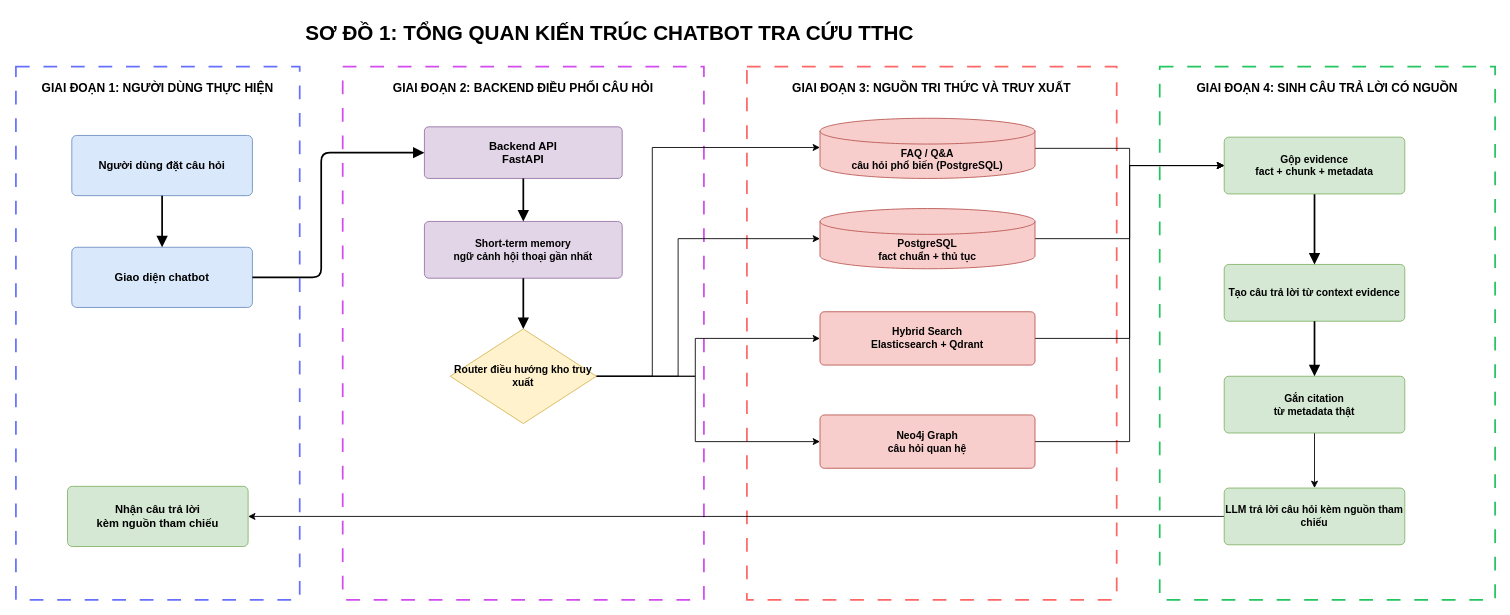
Earlier version of the draw.io diagram page "1. Tổng quan" (1 of 4) of docs/diagrams/tthc_core_architecture.drawio (huybx05/Chatbot-TTHC-GiaLai). Source tidied: cells renumbered, new cells numbered last; positions are measured from the earlier drawing's top-left corner, leaving out a move shared by most shapes. Both pictures are drawn from the tidied source at 86%, with x=0, y=0 at pixel (15, 15).
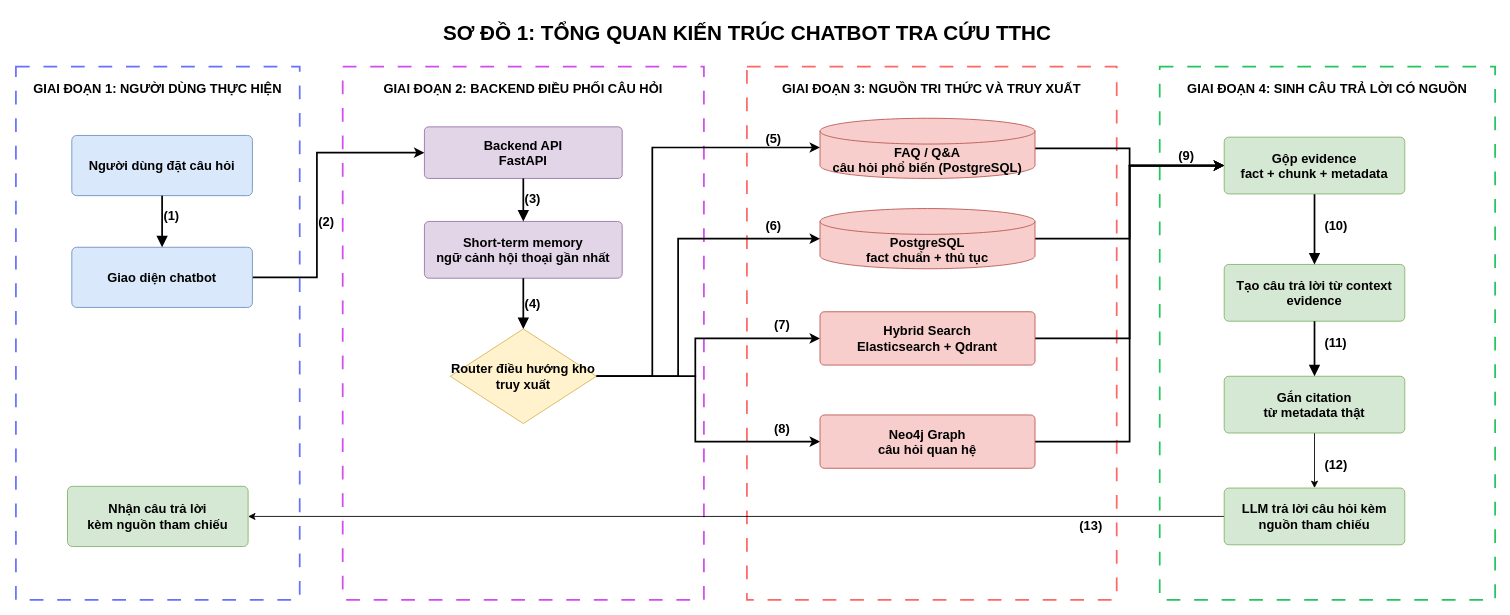
The same page after the edit.

The edit, as a diff of the source:
```diff
@@
     <mxCell id="2" value="SƠ ĐỒ 1: TỔNG QUAN KIẾN TRÚC CHATBOT TRA CỨU TTHC" style="text;html=1;strokeColor=none;fillColor=none;align=center;fontSize=24;fontStyle=1;" parent="1" vertex="1">
-      <mxGeometry x="330" width="720" height="36" as="geometry" />
+      <mxGeometry x="490" width="720" height="36" as="geometry" />
     </mxCell>
-    <mxCell id="3" value="GIAI ĐOẠN 1: NGƯỜI DÙNG THỰC HIỆN" style="rounded=0;whiteSpace=wrap;html=1;fillColor=none;strokeColor=#6670FF;dashed=1;dashPattern=8 8;strokeWidth=2;fontSize=14;fontStyle=1;verticalAlign=top;spacingTop=10;" parent="1" vertex="1">
+    <mxCell id="3" value="GIAI ĐOẠN 1: NGƯỜI DÙNG THỰC HIỆN" style="rounded=0;whiteSpace=wrap;html=1;fillColor=none;strokeColor=#6670FF;dashed=1;dashPattern=8 8;strokeWidth=2;fontSize=15;fontStyle=1;verticalAlign=top;spacingTop=10;" parent="1" vertex="1">
       <mxGeometry y="60" width="330" height="620" as="geometry" />
     </mxCell>
-    <mxCell id="4" value="GIAI ĐOẠN 2: BACKEND ĐIỀU PHỐI CÂU HỎI" style="rounded=0;whiteSpace=wrap;html=1;fillColor=none;strokeColor=#D24BEF;dashed=1;dashPattern=8 8;strokeWidth=2;fontSize=14;fontStyle=1;verticalAlign=top;spacingTop=10;" parent="1" vertex="1">
+    <mxCell id="4" value="GIAI ĐOẠN 2: BACKEND ĐIỀU PHỐI CÂU HỎI" style="rounded=0;whiteSpace=wrap;html=1;fillColor=none;strokeColor=#D24BEF;dashed=1;dashPattern=8 8;strokeWidth=2;fontSize=15;fontStyle=1;verticalAlign=top;spacingTop=10;" parent="1" vertex="1">
       <mxGeometry x="380" y="60" width="420" height="620" as="geometry" />
     </mxCell>
-    <mxCell id="5" value="GIAI ĐOẠN 3: NGUỒN TRI THỨC VÀ TRUY XUẤT" style="rounded=0;whiteSpace=wrap;html=1;fillColor=none;strokeColor=#FF6666;dashed=1;dashPattern=8 8;strokeWidth=2;fontSize=14;fontStyle=1;verticalAlign=top;spacingTop=10;" parent="1" vertex="1">
+    <mxCell id="5" value="GIAI ĐOẠN 3: NGUỒN TRI THỨC VÀ TRUY XUẤT" style="rounded=0;whiteSpace=wrap;html=1;fillColor=none;strokeColor=#FF6666;dashed=1;dashPattern=8 8;strokeWidth=2;fontSize=15;fontStyle=1;verticalAlign=top;spacingTop=10;" parent="1" vertex="1">
       <mxGeometry x="850" y="60" width="430" height="620" as="geometry" />
     </mxCell>
-    <mxCell id="6" value="GIAI ĐOẠN 4: SINH CÂU TRẢ LỜI CÓ NGUỒN" style="rounded=0;whiteSpace=wrap;html=1;fillColor=none;strokeColor=#22C55E;dashed=1;dashPattern=8 8;strokeWidth=2;fontSize=14;fontStyle=1;verticalAlign=top;spacingTop=10;" parent="1" vertex="1">
+    <mxCell id="6" value="GIAI ĐOẠN 4: SINH CÂU TRẢ LỜI CÓ NGUỒN" style="rounded=0;whiteSpace=wrap;html=1;fillColor=none;strokeColor=#22C55E;dashed=1;dashPattern=8 8;strokeWidth=2;fontSize=15;fontStyle=1;verticalAlign=top;spacingTop=10;" parent="1" vertex="1">
       <mxGeometry x="1330" y="60" width="390" height="620" as="geometry" />
     </mxCell>
-    <mxCell id="7" value="Người dùng đặt câu hỏi" style="rounded=1;whiteSpace=wrap;html=1;arcSize=8;fillColor=#DAE8FC;strokeColor=#6C8EBF;fontSize=13;fontStyle=1;" parent="1" vertex="1">
+    <mxCell id="7" value="Người dùng đặt câu hỏi" style="rounded=1;whiteSpace=wrap;html=1;arcSize=8;fillColor=#DAE8FC;strokeColor=#6C8EBF;fontSize=15;fontStyle=1;" parent="1" vertex="1">
       <mxGeometry x="65" y="140" width="210" height="70" as="geometry" />
     </mxCell>
+    <mxCell id="26" style="edgeStyle=orthogonalEdgeStyle;rounded=0;jettySize=auto;html=1;exitX=1;exitY=0.5;exitDx=0;exitDy=0;entryX=0;entryY=0.5;entryDx=0;entryDy=0;strokeWidth=2;fontSize=15;" parent="1" edge="1" source="8" target="10">
+      <mxGeometry relative="1" as="geometry">
+        <Array as="points">
+          <mxPoint x="350" y="305" />
+          <mxPoint x="350" y="160" />
+        </Array>
+      </mxGeometry>
+    </mxCell>
-    <mxCell id="8" value="Giao diện chatbot" style="rounded=1;whiteSpace=wrap;html=1;arcSize=8;fillColor=#DAE8FC;strokeColor=#6C8EBF;fontSize=13;fontStyle=1;" parent="1" vertex="1">
+    <mxCell id="8" value="Giao diện chatbot" style="rounded=1;whiteSpace=wrap;html=1;arcSize=8;fillColor=#DAE8FC;strokeColor=#6C8EBF;fontSize=15;fontStyle=1;" parent="1" vertex="1">
       <mxGeometry x="65" y="270" width="210" height="70" as="geometry" />
     </mxCell>
-    <mxCell id="9" value="Nhận câu trả lời&lt;br&gt;kèm nguồn tham chiếu" style="rounded=1;whiteSpace=wrap;html=1;arcSize=8;fillColor=#D5E8D4;strokeColor=#82B366;fontSize=13;fontStyle=1;" parent="1" vertex="1">
+    <mxCell id="9" value="Nhận câu trả lời&lt;br&gt;kèm nguồn tham chiếu" style="rounded=1;whiteSpace=wrap;html=1;arcSize=8;fillColor=#D5E8D4;strokeColor=#82B366;fontSize=15;fontStyle=1;" parent="1" vertex="1">
       <mxGeometry x="60" y="548" width="210" height="70" as="geometry" />
     </mxCell>
-    <mxCell id="10" value="Backend API&lt;br&gt;FastAPI" style="rounded=1;whiteSpace=wrap;html=1;arcSize=8;fillColor=#E1D5E7;strokeColor=#9673A6;fontSize=13;fontStyle=1;" parent="1" vertex="1">
+    <mxCell id="10" value="Backend API&lt;br&gt;FastAPI" style="rounded=1;whiteSpace=wrap;html=1;arcSize=8;fillColor=#E1D5E7;strokeColor=#9673A6;fontSize=15;fontStyle=1;" parent="1" vertex="1">
       <mxGeometry x="475" y="130" width="230" height="60" as="geometry" />
     </mxCell>
-    <mxCell id="11" value="Short-term memory&lt;br&gt;ngữ cảnh hội thoại gần nhất" style="rounded=1;whiteSpace=wrap;html=1;arcSize=8;fillColor=#E1D5E7;strokeColor=#9673A6;fontSize=12;fontStyle=1;" parent="1" vertex="1">
+    <mxCell id="11" value="Short-term memory&lt;br&gt;ngữ cảnh hội thoại gần nhất" style="rounded=1;whiteSpace=wrap;html=1;arcSize=8;fillColor=#E1D5E7;strokeColor=#9673A6;fontSize=15;fontStyle=1;" parent="1" vertex="1">
       <mxGeometry x="475" y="240" width="230" height="66" as="geometry" />
     </mxCell>
-    <mxCell id="12" style="edgeStyle=orthogonalEdgeStyle;rounded=0;jettySize=auto;html=1;exitX=1;exitY=0.5;exitDx=0;exitDy=0;entryX=0;entryY=0.5;entryDx=0;entryDy=0;" parent="1" edge="1" source="15">
+    <mxCell id="12" style="edgeStyle=orthogonalEdgeStyle;rounded=0;jettySize=auto;html=1;exitX=1;exitY=0.5;exitDx=0;exitDy=0;entryX=0;entryY=0.5;entryDx=0;entryDy=0;strokeWidth=2;fontSize=15;" parent="1" edge="1" source="15">
       <mxGeometry relative="1" as="geometry">
         <mxPoint x="935" y="154" as="targetPoint" />
         <Array as="points">
           <mxPoint x="740" y="420" />
           <mxPoint x="740" y="154" />
         </Array>
       </mxGeometry>
     </mxCell>
-    <mxCell id="13" style="edgeStyle=orthogonalEdgeStyle;rounded=0;jettySize=auto;html=1;exitX=1;exitY=0.5;exitDx=0;exitDy=0;entryX=0;entryY=0.5;entryDx=0;entryDy=0;" parent="1" edge="1" source="15" target="19">
+    <mxCell id="13" style="edgeStyle=orthogonalEdgeStyle;rounded=0;jettySize=auto;html=1;exitX=1;exitY=0.5;exitDx=0;exitDy=0;entryX=0;entryY=0.5;entryDx=0;entryDy=0;strokeWidth=2;fontSize=15;" parent="1" edge="1" source="15" target="19">
       <mxGeometry relative="1" as="geometry">
         <Array as="points">
           <mxPoint x="790" y="420" />
           <mxPoint x="790" y="376" />
         </Array>
       </mxGeometry>
     </mxCell>
-    <mxCell id="14" style="edgeStyle=orthogonalEdgeStyle;rounded=0;jettySize=auto;html=1;exitX=1;exitY=0.5;exitDx=0;exitDy=0;entryX=0;entryY=0.5;entryDx=0;entryDy=0;" parent="1" edge="1" source="15" target="21">
+    <mxCell id="14" style="edgeStyle=orthogonalEdgeStyle;rounded=0;jettySize=auto;html=1;exitX=1;exitY=0.5;exitDx=0;exitDy=0;entryX=0;entryY=0.5;entryDx=0;entryDy=0;strokeWidth=2;fontSize=15;" parent="1" edge="1" source="15" target="21">
       <mxGeometry relative="1" as="geometry">
         <Array as="points">
           <mxPoint x="790" y="420" />
           <mxPoint x="790" y="496" />
         </Array>
       </mxGeometry>
     </mxCell>
-    <mxCell id="15" value="Router điều hướng kho truy xuất" style="rhombus;whiteSpace=wrap;html=1;fillColor=#FFF2CC;strokeColor=#D6B656;fontSize=12;fontStyle=1;" parent="1" vertex="1">
+    <mxCell id="15" value="Router điều hướng kho truy xuất" style="rhombus;whiteSpace=wrap;html=1;fillColor=#FFF2CC;strokeColor=#D6B656;fontSize=15;fontStyle=1;" parent="1" vertex="1">
       <mxGeometry x="505" y="365" width="170" height="110" as="geometry" />
     </mxCell>
-    <mxCell id="16" style="edgeStyle=orthogonalEdgeStyle;rounded=0;jettySize=auto;html=1;exitX=1;exitY=0.5;exitDx=0;exitDy=0;exitPerimeter=0;entryX=0;entryY=0.5;entryDx=0;entryDy=0;" parent="1" edge="1" source="17" target="32">
+    <mxCell id="16" style="edgeStyle=orthogonalEdgeStyle;rounded=0;jettySize=auto;html=1;exitX=1;exitY=0.5;exitDx=0;exitDy=0;exitPerimeter=0;entryX=0;entryY=0.5;entryDx=0;entryDy=0;strokeWidth=2;fontSize=15;" parent="1" edge="1" source="17" target="32">
       <mxGeometry relative="1" as="geometry" />
     </mxCell>
-    <mxCell id="17" value="PostgreSQL&lt;br&gt;fact chuẩn + thủ tục" style="shape=cylinder3;whiteSpace=wrap;html=1;boundedLbl=1;fillColor=#F8CECC;strokeColor=#B85450;fontSize=12;fontStyle=1;" parent="1" vertex="1">
+    <mxCell id="17" value="PostgreSQL&lt;br&gt;fact chuẩn + thủ tục" style="shape=cylinder3;whiteSpace=wrap;html=1;boundedLbl=1;fillColor=#F8CECC;strokeColor=#B85450;fontSize=15;fontStyle=1;" parent="1" vertex="1">
       <mxGeometry x="935" y="225" width="250" height="70" as="geometry" />
     </mxCell>
-    <mxCell id="18" style="edgeStyle=orthogonalEdgeStyle;rounded=0;jettySize=auto;html=1;exitX=1;exitY=0.5;exitDx=0;exitDy=0;entryX=0;entryY=0.5;entryDx=0;entryDy=0;" parent="1" edge="1" source="19" target="32">
+    <mxCell id="18" style="edgeStyle=orthogonalEdgeStyle;rounded=0;jettySize=auto;html=1;exitX=1;exitY=0.5;exitDx=0;exitDy=0;entryX=0;entryY=0.5;entryDx=0;entryDy=0;strokeWidth=2;fontSize=15;" parent="1" edge="1" source="19" target="32">
       <mxGeometry relative="1" as="geometry" />
     </mxCell>
-    <mxCell id="19" value="Hybrid Search&lt;br&gt;Elasticsearch + Qdrant" style="rounded=1;whiteSpace=wrap;html=1;arcSize=8;fillColor=#F8CECC;strokeColor=#B85450;fontSize=12;fontStyle=1;" parent="1" vertex="1">
+    <mxCell id="19" value="Hybrid Search&lt;br&gt;Elasticsearch + Qdrant" style="rounded=1;whiteSpace=wrap;html=1;arcSize=8;fillColor=#F8CECC;strokeColor=#B85450;fontSize=15;fontStyle=1;" parent="1" vertex="1">
       <mxGeometry x="935" y="345" width="250" height="62" as="geometry" />
     </mxCell>
-    <mxCell id="20" style="edgeStyle=orthogonalEdgeStyle;rounded=0;jettySize=auto;html=1;exitX=1;exitY=0.5;exitDx=0;exitDy=0;entryX=0;entryY=0.5;entryDx=0;entryDy=0;" parent="1" edge="1" source="21" target="32">
+    <mxCell id="20" style="edgeStyle=orthogonalEdgeStyle;rounded=0;jettySize=auto;html=1;exitX=1;exitY=0.5;exitDx=0;exitDy=0;entryX=0;entryY=0.5;entryDx=0;entryDy=0;strokeWidth=2;fontSize=15;" parent="1" edge="1" source="21" target="32">
       <mxGeometry relative="1" as="geometry" />
     </mxCell>
-    <mxCell id="21" value="Neo4j Graph&lt;br&gt;câu hỏi quan hệ" style="rounded=1;whiteSpace=wrap;html=1;arcSize=8;fillColor=#F8CECC;strokeColor=#B85450;fontSize=12;fontStyle=1;" parent="1" vertex="1">
+    <mxCell id="21" value="Neo4j Graph&lt;br&gt;câu hỏi quan hệ" style="rounded=1;whiteSpace=wrap;html=1;arcSize=8;fillColor=#F8CECC;strokeColor=#B85450;fontSize=15;fontStyle=1;" parent="1" vertex="1">
       <mxGeometry x="935" y="465" width="250" height="62" as="geometry" />
     </mxCell>
-    <mxCell id="22" value="Tạo câu trả lời từ context evidence" style="rounded=1;whiteSpace=wrap;html=1;arcSize=8;fillColor=#D5E8D4;strokeColor=#82B366;fontSize=12;fontStyle=1;" parent="1" vertex="1">
+    <mxCell id="22" value="Tạo câu trả lời từ context evidence" style="rounded=1;whiteSpace=wrap;html=1;arcSize=8;fillColor=#D5E8D4;strokeColor=#82B366;fontSize=15;fontStyle=1;" parent="1" vertex="1">
       <mxGeometry x="1405" y="290" width="210" height="66" as="geometry" />
     </mxCell>
-    <mxCell id="23" style="edgeStyle=orthogonalEdgeStyle;rounded=0;jettySize=auto;html=1;exitX=0.5;exitY=1;exitDx=0;exitDy=0;entryX=0.5;entryY=0;entryDx=0;entryDy=0;" parent="1" edge="1" source="24" target="34">
+    <mxCell id="23" style="edgeStyle=orthogonalEdgeStyle;rounded=0;jettySize=auto;html=1;exitX=0.5;exitY=1;exitDx=0;exitDy=0;entryX=0.5;entryY=0;entryDx=0;entryDy=0;fontSize=15;" parent="1" edge="1" source="24" target="34">
       <mxGeometry relative="1" as="geometry" />
     </mxCell>
-    <mxCell id="24" value="Gắn citation&lt;br&gt;từ metadata thật" style="rounded=1;whiteSpace=wrap;html=1;arcSize=8;fillColor=#D5E8D4;strokeColor=#82B366;fontSize=12;fontStyle=1;" parent="1" vertex="1">
+    <mxCell id="24" value="Gắn citation&lt;br&gt;từ metadata thật" style="rounded=1;whiteSpace=wrap;html=1;arcSize=8;fillColor=#D5E8D4;strokeColor=#82B366;fontSize=15;fontStyle=1;" parent="1" vertex="1">
       <mxGeometry x="1405" y="420" width="210" height="66" as="geometry" />
     </mxCell>
-    <mxCell id="25" style="edgeStyle=orthogonalEdgeStyle;rounded=1;html=1;endArrow=block;endSize=8;strokeWidth=2;exitX=0.5;exitY=1;entryX=0.5;entryY=0;" parent="1" edge="1" source="7" target="8">
+    <mxCell id="25" style="edgeStyle=orthogonalEdgeStyle;rounded=1;html=1;endArrow=block;endSize=8;strokeWidth=2;exitX=0.5;exitY=1;entryX=0.5;entryY=0;fontSize=15;" parent="1" edge="1" source="7" target="8">
       <mxGeometry relative="1" as="geometry" />
     </mxCell>
-    <mxCell id="26" style="edgeStyle=orthogonalEdgeStyle;rounded=1;html=1;endArrow=block;endSize=8;strokeWidth=2;exitX=1;exitY=0.5;entryX=0;entryY=0.5;" parent="1" edge="1" source="8" target="10">
-      <mxGeometry relative="1" as="geometry">
-        <Array as="points">
-          <mxPoint x="355" y="305" />
-          <mxPoint x="355" y="160" />
-        </Array>
-      </mxGeometry>
-    </mxCell>
-    <mxCell id="27" style="edgeStyle=orthogonalEdgeStyle;rounded=1;html=1;endArrow=block;endSize=8;strokeWidth=2;exitX=0.5;exitY=1;entryX=0.5;entryY=0;" parent="1" edge="1" source="10" target="11">
+    <mxCell id="27" style="edgeStyle=orthogonalEdgeStyle;rounded=1;html=1;endArrow=block;endSize=8;strokeWidth=2;exitX=0.5;exitY=1;entryX=0.5;entryY=0;fontSize=15;" parent="1" edge="1" source="10" target="11">
       <mxGeometry relative="1" as="geometry" />
     </mxCell>
-    <mxCell id="28" style="edgeStyle=orthogonalEdgeStyle;rounded=1;html=1;endArrow=block;endSize=8;strokeWidth=2;exitX=0.5;exitY=1;entryX=0.5;entryY=0;" parent="1" edge="1" source="11" target="15">
+    <mxCell id="28" style="edgeStyle=orthogonalEdgeStyle;rounded=1;html=1;endArrow=block;endSize=8;strokeWidth=2;exitX=0.5;exitY=1;entryX=0.5;entryY=0;fontSize=15;" parent="1" edge="1" source="11" target="15">
       <mxGeometry relative="1" as="geometry" />
     </mxCell>
-    <mxCell id="29" style="edgeStyle=orthogonalEdgeStyle;rounded=1;html=1;endArrow=block;endSize=8;strokeWidth=2;exitX=0.5;exitY=1;entryX=0.5;entryY=0;exitDx=0;exitDy=0;" parent="1" edge="1" source="32" target="22">
+    <mxCell id="29" style="edgeStyle=orthogonalEdgeStyle;rounded=1;html=1;endArrow=block;endSize=8;strokeWidth=2;exitX=0.5;exitY=1;entryX=0.5;entryY=0;exitDx=0;exitDy=0;fontSize=15;" parent="1" edge="1" source="32" target="22">
       <mxGeometry relative="1" as="geometry" />
     </mxCell>
-    <mxCell id="30" style="edgeStyle=orthogonalEdgeStyle;rounded=1;html=1;endArrow=block;endSize=8;strokeWidth=2;exitX=0.5;exitY=1;entryX=0.5;entryY=0;" parent="1" edge="1" source="22" target="24">
+    <mxCell id="30" style="edgeStyle=orthogonalEdgeStyle;rounded=1;html=1;endArrow=block;endSize=8;strokeWidth=2;exitX=0.5;exitY=1;entryX=0.5;entryY=0;fontSize=15;" parent="1" edge="1" source="22" target="24">
       <mxGeometry relative="1" as="geometry" />
     </mxCell>
-    <mxCell id="31" style="edgeStyle=orthogonalEdgeStyle;rounded=0;jettySize=auto;html=1;exitX=1;exitY=0.5;exitDx=0;exitDy=0;entryX=0;entryY=0.5;entryDx=0;entryDy=0;entryPerimeter=0;" parent="1" edge="1" source="15" target="17">
+    <mxCell id="31" style="edgeStyle=orthogonalEdgeStyle;rounded=0;jettySize=auto;html=1;exitX=1;exitY=0.5;exitDx=0;exitDy=0;entryX=0;entryY=0.5;entryDx=0;entryDy=0;entryPerimeter=0;strokeWidth=2;fontSize=15;" parent="1" edge="1" source="15" target="17">
       <mxGeometry relative="1" as="geometry">
         <Array as="points">
           <mxPoint x="770" y="420" />
           <mxPoint x="770" y="260" />
         </Array>
       </mxGeometry>
     </mxCell>
-    <mxCell id="32" value="Gộp evidence&lt;br&gt;fact + chunk + metadata" style="rounded=1;whiteSpace=wrap;html=1;arcSize=8;fillColor=#D5E8D4;strokeColor=#82B366;fontSize=12;fontStyle=1;" parent="1" vertex="1">
+    <mxCell id="32" value="Gộp evidence&lt;br&gt;fact + chunk + metadata" style="rounded=1;whiteSpace=wrap;html=1;arcSize=8;fillColor=#D5E8D4;strokeColor=#82B366;fontSize=15;fontStyle=1;" parent="1" vertex="1">
       <mxGeometry x="1405" y="142" width="210" height="66" as="geometry" />
     </mxCell>
-    <mxCell id="33" style="edgeStyle=orthogonalEdgeStyle;rounded=0;jettySize=auto;html=1;exitX=0;exitY=0.5;exitDx=0;exitDy=0;entryX=1;entryY=0.5;entryDx=0;entryDy=0;" parent="1" edge="1" source="34" target="9">
+    <mxCell id="33" style="edgeStyle=orthogonalEdgeStyle;rounded=0;jettySize=auto;html=1;exitX=0;exitY=0.5;exitDx=0;exitDy=0;entryX=1;entryY=0.5;entryDx=0;entryDy=0;fontSize=15;" parent="1" edge="1" source="34" target="9">
       <mxGeometry relative="1" as="geometry" />
     </mxCell>
-    <mxCell id="34" value="LLM trả lời câu hỏi kèm nguồn tham chiếu" style="rounded=1;whiteSpace=wrap;html=1;arcSize=8;fillColor=#D5E8D4;strokeColor=#82B366;fontSize=12;fontStyle=1;" parent="1" vertex="1">
+    <mxCell id="34" value="LLM trả lời câu hỏi kèm nguồn tham chiếu" style="rounded=1;whiteSpace=wrap;html=1;arcSize=8;fillColor=#D5E8D4;strokeColor=#82B366;fontSize=15;fontStyle=1;" parent="1" vertex="1">
       <mxGeometry x="1405" y="550" width="210" height="66" as="geometry" />
     </mxCell>
-    <mxCell id="35" style="edgeStyle=orthogonalEdgeStyle;rounded=0;jettySize=auto;html=1;exitX=1;exitY=0.5;exitDx=0;exitDy=0;exitPerimeter=0;entryX=0;entryY=0.5;entryDx=0;entryDy=0;" parent="1" edge="1" source="36" target="32">
+    <mxCell id="35" style="edgeStyle=orthogonalEdgeStyle;rounded=0;jettySize=auto;html=1;exitX=1;exitY=0.5;exitDx=0;exitDy=0;exitPerimeter=0;entryX=0;entryY=0.5;entryDx=0;entryDy=0;strokeWidth=2;fontSize=15;" parent="1" edge="1" source="36" target="32">
       <mxGeometry relative="1" as="geometry" />
     </mxCell>
-    <mxCell id="36" value="FAQ / Q&amp;amp;A&lt;br&gt;câu hỏi phổ biến (PostgreSQL)" style="shape=cylinder3;whiteSpace=wrap;html=1;boundedLbl=1;fillColor=#F8CECC;strokeColor=#B85450;fontSize=12;fontStyle=1;" parent="1" vertex="1">
+    <mxCell id="36" value="FAQ / Q&amp;amp;A&lt;br&gt;câu hỏi phổ biến (PostgreSQL)" style="shape=cylinder3;whiteSpace=wrap;html=1;boundedLbl=1;fillColor=#F8CECC;strokeColor=#B85450;fontSize=15;fontStyle=1;" parent="1" vertex="1">
       <mxGeometry x="935" y="120" width="250" height="70" as="geometry" />
     </mxCell>
+    <mxCell id="37" value="(1)" style="text;html=1;strokeColor=none;fillColor=none;fontSize=15;fontStyle=1;" parent="1" vertex="1">
+      <mxGeometry x="170" y="218" width="40" height="20" as="geometry" />
+    </mxCell>
+    <mxCell id="38" value="(2)" style="text;html=1;strokeColor=none;fillColor=none;fontSize=15;fontStyle=1;" parent="1" vertex="1">
+      <mxGeometry x="350" y="225" width="40" height="20" as="geometry" />
+    </mxCell>
+    <mxCell id="39" value="(3)" style="text;html=1;strokeColor=none;fillColor=none;fontSize=15;fontStyle=1;" parent="1" vertex="1">
+      <mxGeometry x="590" y="198" width="40" height="20" as="geometry" />
+    </mxCell>
+    <mxCell id="40" value="(4)" style="text;html=1;strokeColor=none;fillColor=none;fontSize=15;fontStyle=1;" parent="1" vertex="1">
+      <mxGeometry x="590" y="320" width="40" height="20" as="geometry" />
+    </mxCell>
+    <mxCell id="41" value="(5)" style="text;html=1;strokeColor=none;fillColor=none;fontSize=15;fontStyle=1;" parent="1" vertex="1">
+      <mxGeometry x="870" y="128" width="40" height="20" as="geometry" />
+    </mxCell>
+    <mxCell id="42" value="(6)" style="text;html=1;strokeColor=none;fillColor=none;fontSize=15;fontStyle=1;" parent="1" vertex="1">
+      <mxGeometry x="870" y="230" width="40" height="20" as="geometry" />
+    </mxCell>
+    <mxCell id="43" value="(7)" style="text;html=1;strokeColor=none;fillColor=none;fontSize=15;fontStyle=1;" parent="1" vertex="1">
+      <mxGeometry x="880" y="345" width="40" height="20" as="geometry" />
+    </mxCell>
+    <mxCell id="44" value="(8)" style="text;html=1;strokeColor=none;fillColor=none;fontSize=15;fontStyle=1;" parent="1" vertex="1">
+      <mxGeometry x="880" y="466" width="40" height="20" as="geometry" />
+    </mxCell>
+    <mxCell id="45" value="(9)" style="text;html=1;strokeColor=none;fillColor=none;fontSize=15;fontStyle=1;" parent="1" vertex="1">
+      <mxGeometry x="1350" y="148" width="40" height="20" as="geometry" />
+    </mxCell>
+    <mxCell id="46" value="(10)" style="text;html=1;strokeColor=none;fillColor=none;fontSize=15;fontStyle=1;" parent="1" vertex="1">
+      <mxGeometry x="1520" y="230" width="45" height="20" as="geometry" />
+    </mxCell>
+    <mxCell id="47" value="(11)" style="text;html=1;strokeColor=none;fillColor=none;fontSize=15;fontStyle=1;" parent="1" vertex="1">
+      <mxGeometry x="1520" y="365" width="45" height="20" as="geometry" />
+    </mxCell>
+    <mxCell id="48" value="(13)" style="text;html=1;strokeColor=none;fillColor=none;fontSize=15;fontStyle=1;" parent="1" vertex="1">
+      <mxGeometry x="1235" y="578" width="45" height="20" as="geometry" />
+    </mxCell>
+    <mxCell id="49" value="(12)" style="text;html=1;strokeColor=none;fillColor=none;fontSize=15;fontStyle=1;" parent="1" vertex="1">
+      <mxGeometry x="1520" y="507" width="45" height="20" as="geometry" />
+    </mxCell>
```
